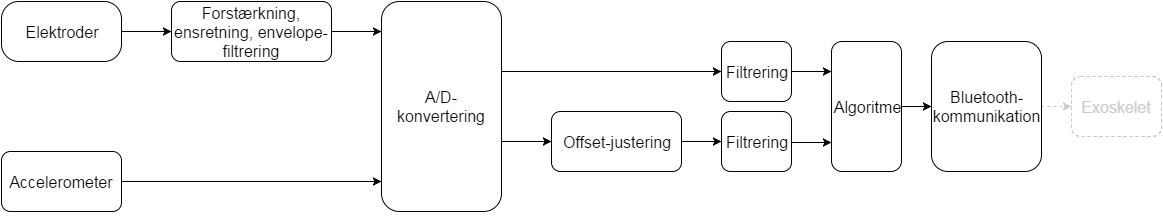
This is figures/blokdiagram.png from mariakroustrup/ST4, a draw.io export, as it was before one commit. Source tidied: cells renumbered, new cells last; positions are measured from the earlier drawing's top-left corner, leaving out a move shared by most shapes.
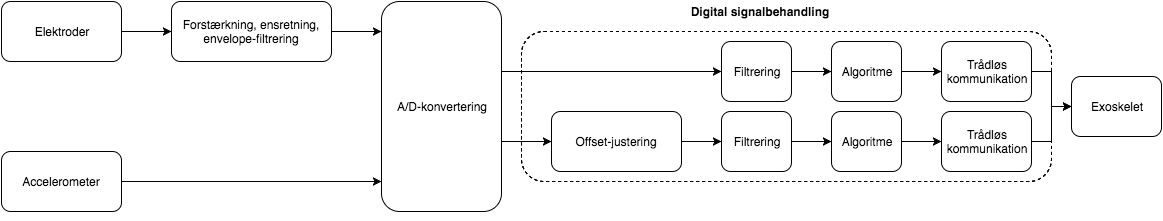
The same diagram one commit later.

What changed in the source:
```diff
@@ -2,89 +2,102 @@
   <root>
     <mxCell id="0" />
     <mxCell id="1" parent="0" />
-    <mxCell id="2" style="edgeStyle=orthogonalEdgeStyle;rounded=0;html=1;exitX=1;exitY=0.5;jettySize=auto;strokeColor=#000000;" parent="1" edge="1" source="3" target="15">
-      <mxGeometry relative="1" as="geometry" />
-    </mxCell>
+    <mxCell id="24" style="rounded=1;whiteSpace=wrap;html=1;dashed=1;" parent="1" vertex="1">
+      <mxGeometry x="520" y="30" width="530" height="150" as="geometry" />
+    </mxCell>
-    <mxCell id="3" value="&lt;font style=&quot;font-size: 16px&quot;&gt;Offset-justering&lt;/font&gt;" style="rounded=1;whiteSpace=wrap;html=1;" parent="1" vertex="1">
+    <mxCell id="3" value="Offset-justering" style="rounded=1;whiteSpace=wrap;html=1;" parent="1" vertex="1">
       <mxGeometry x="550" y="110" width="130" height="60" as="geometry" />
     </mxCell>
-    <mxCell id="4" style="edgeStyle=orthogonalEdgeStyle;rounded=0;html=1;exitX=1;exitY=0.5;jettySize=auto;strokeColor=#000000;" parent="1" edge="1" source="6" target="20">
-      <mxGeometry relative="1" as="geometry">
-        <Array as="points">
-          <mxPoint x="500" y="70" />
-        </Array>
-      </mxGeometry>
-    </mxCell>
-    <mxCell id="5" style="edgeStyle=orthogonalEdgeStyle;rounded=0;html=1;exitX=1;exitY=0.5;entryX=0;entryY=0.5;jettySize=auto;strokeColor=#000000;" parent="1" edge="1" source="6" target="3">
-      <mxGeometry relative="1" as="geometry">
-        <Array as="points">
-          <mxPoint x="500" y="140" />
-        </Array>
-      </mxGeometry>
-    </mxCell>
-    <mxCell id="6" value="&lt;font style=&quot;font-size: 16px&quot;&gt;A/D-konvertering&lt;/font&gt;" style="rounded=1;whiteSpace=wrap;html=1;shadow=0;" parent="1" vertex="1">
+    <mxCell id="6" value="A/D-konvertering" style="rounded=1;whiteSpace=wrap;html=1;shadow=0;" parent="1" vertex="1">
       <mxGeometry x="380" width="120" height="210" as="geometry" />
     </mxCell>
-    <mxCell id="7" value="&lt;font style=&quot;font-size: 16px&quot;&gt;Elektroder&lt;/font&gt;" style="rounded=1;whiteSpace=wrap;html=1;arcSize=29;strokeColor=#000000;" parent="1" vertex="1">
+    <mxCell id="7" value="Elektroder" style="rounded=1;whiteSpace=wrap;html=1;" parent="1" vertex="1">
       <mxGeometry width="120" height="60" as="geometry" />
     </mxCell>
-    <mxCell id="8" value="&lt;font style=&quot;font-size: 16px&quot;&gt;Accelerometer&lt;/font&gt;" style="rounded=1;whiteSpace=wrap;html=1;strokeColor=#000000;" parent="1" vertex="1">
+    <mxCell id="8" value="Accelerometer" style="rounded=1;whiteSpace=wrap;html=1;" parent="1" vertex="1">
       <mxGeometry y="150" width="120" height="60" as="geometry" />
     </mxCell>
-    <mxCell id="9" value="&lt;div&gt;&lt;font style=&quot;font-size: 16px&quot;&gt;Forstærkning, ensretning, envelope-filtrering&lt;/font&gt;&lt;/div&gt;" style="rounded=1;whiteSpace=wrap;html=1;strokeColor=#000000;" parent="1" vertex="1">
+    <mxCell id="9" value="&lt;div&gt;Forstærkning, ensretning, envelope-filtrering&lt;/div&gt;" style="rounded=1;whiteSpace=wrap;html=1;" parent="1" vertex="1">
       <mxGeometry x="170" width="160" height="60" as="geometry" />
     </mxCell>
-    <mxCell id="10" style="endArrow=classic;html=1;entryX=0;entryY=0.5;exitX=1;exitY=0.5;strokeColor=#000000;" parent="1" edge="1" source="7" target="9">
+    <mxCell id="10" style="endArrow=classic;html=1;entryX=0;entryY=0.5;exitX=1;exitY=0.5;" parent="1" edge="1" source="7" target="9">
       <mxGeometry relative="1" as="geometry" />
     </mxCell>
-    <mxCell id="11" style="edgeStyle=orthogonalEdgeStyle;rounded=0;html=1;exitX=1;exitY=0.5;jettySize=auto;strokeColor=#000000;" parent="1" edge="1" source="9">
+    <mxCell id="11" style="edgeStyle=orthogonalEdgeStyle;rounded=0;html=1;exitX=1;exitY=0.5;jettySize=auto;" parent="1" edge="1" source="9">
       <mxGeometry relative="1" as="geometry">
         <mxPoint x="380" y="30" as="targetPoint" />
       </mxGeometry>
     </mxCell>
-    <mxCell id="12" style="edgeStyle=orthogonalEdgeStyle;rounded=0;html=1;exitX=1;exitY=0.5;entryX=0;entryY=0.857;entryPerimeter=0;jettySize=auto;strokeColor=#000000;" parent="1" edge="1" source="8" target="6">
+    <mxCell id="12" style="edgeStyle=orthogonalEdgeStyle;rounded=0;html=1;exitX=1;exitY=0.5;entryX=0;entryY=0.857;entryPerimeter=0;jettySize=auto;" parent="1" edge="1" source="8" target="6">
       <mxGeometry relative="1" as="geometry" />
     </mxCell>
     <mxCell id="13" style="edgeStyle=orthogonalEdgeStyle;rounded=0;html=1;exitX=0;exitY=0.5;entryX=0;entryY=0.5;jettySize=auto;orthogonalLoop=1;" parent="1" edge="1" source="3" target="3">
       <mxGeometry relative="1" as="geometry" />
     </mxCell>
+    <mxCell id="25" value="&lt;b&gt;Digital signalbehandling&lt;/b&gt;" style="text;html=1;strokeColor=none;fillColor=none;align=center;verticalAlign=middle;whiteSpace=wrap;overflow=hidden;dashed=1;" parent="1" vertex="1">
+      <mxGeometry x="670" width="175" height="20" as="geometry" />
+    </mxCell>
     <mxCell id="14" style="edgeStyle=orthogonalEdgeStyle;rounded=0;html=1;exitX=0.5;exitY=1;startSize=6;jettySize=auto;orthogonalLoop=1;" parent="1" edge="1">
       <mxGeometry relative="1" as="geometry">
         <mxPoint x="755" y="210" as="sourcePoint" />
         <mxPoint x="755" y="210" as="targetPoint" />
       </mxGeometry>
     </mxCell>
-    <mxCell id="15" value="&lt;span&gt;&lt;font style=&quot;font-size: 16px&quot;&gt;Filtrering&lt;/font&gt;&lt;/span&gt;" style="rounded=1;whiteSpace=wrap;html=1;" parent="1" vertex="1">
+    <mxCell id="15" value="&lt;span&gt;Filtrering&lt;/span&gt;" style="rounded=1;whiteSpace=wrap;html=1;" parent="1" vertex="1">
       <mxGeometry x="720" y="110" width="70" height="60" as="geometry" />
     </mxCell>
-    <mxCell id="16" style="edgeStyle=orthogonalEdgeStyle;rounded=0;html=1;exitX=1;exitY=0.5;entryX=0;entryY=0.5;startSize=6;jettySize=auto;strokeColor=#000000;fontColor=#CCCCCC;" parent="1" edge="1" source="17" target="22">
-      <mxGeometry relative="1" as="geometry" />
-    </mxCell>
-    <mxCell id="17" value="&lt;span&gt;&lt;font style=&quot;font-size: 16px&quot;&gt;Algoritme&lt;/font&gt;&lt;/span&gt;" style="rounded=1;whiteSpace=wrap;html=1;" parent="1" vertex="1">
-      <mxGeometry x="830" y="40" width="70" height="130" as="geometry" />
+    <mxCell id="17" value="&lt;span&gt;Algoritme&lt;/span&gt;" style="rounded=1;whiteSpace=wrap;html=1;" parent="1" vertex="1">
+      <mxGeometry x="830" y="110" width="70" height="60" as="geometry" />
     </mxCell>
+    <mxCell id="26" value="&lt;span&gt;Trådløs&lt;/span&gt;&lt;br&gt;&lt;span&gt;kommunikation&lt;/span&gt;" style="rounded=1;whiteSpace=wrap;html=1;" parent="1" vertex="1">
+      <mxGeometry x="940" y="110" width="90" height="60" as="geometry" />
+    </mxCell>
-    <mxCell id="18" value="&lt;font color=&quot;#cccccc&quot; style=&quot;font-size: 16px&quot;&gt;Exoskelet&lt;/font&gt;" style="rounded=1;whiteSpace=wrap;html=1;strokeColor=#CCCCCC;dashed=1;" parent="1" vertex="1">
+    <mxCell id="18" value="Exoskelet" style="rounded=1;whiteSpace=wrap;html=1;" parent="1" vertex="1">
       <mxGeometry x="1070" y="75" width="90" height="60" as="geometry" />
     </mxCell>
+    <mxCell id="2" style="edgeStyle=orthogonalEdgeStyle;rounded=0;html=1;exitX=1;exitY=0.5;jettySize=auto;strokeColor=#000000;" parent="1" edge="1" source="3" target="15">
+      <mxGeometry relative="1" as="geometry" />
+    </mxCell>
+    <mxCell id="27" style="edgeStyle=orthogonalEdgeStyle;rounded=0;html=1;exitX=1;exitY=0.5;jettySize=auto;strokeColor=#000000;" parent="1" edge="1" source="15" target="17">
+      <mxGeometry relative="1" as="geometry" />
+    </mxCell>
+    <mxCell id="28" style="edgeStyle=orthogonalEdgeStyle;rounded=0;html=1;exitX=1;exitY=0.5;entryX=0;entryY=0.5;jettySize=auto;strokeColor=#000000;" parent="1" edge="1" source="17" target="26">
+      <mxGeometry relative="1" as="geometry" />
+    </mxCell>
+    <mxCell id="20" value="&lt;span&gt;Filtrering&lt;/span&gt;" style="rounded=1;whiteSpace=wrap;html=1;" parent="1" vertex="1">
+      <mxGeometry x="720" y="40" width="70" height="60" as="geometry" />
+    </mxCell>
+    <mxCell id="29" value="&lt;span&gt;Algoritme&lt;/span&gt;" style="rounded=1;whiteSpace=wrap;html=1;" parent="1" vertex="1">
+      <mxGeometry x="830" y="40" width="70" height="60" as="geometry" />
+    </mxCell>
+    <mxCell id="22" value="&lt;span&gt;Trådløs&lt;/span&gt;&lt;br&gt;&lt;span&gt;kommunikation&lt;/span&gt;" style="rounded=1;whiteSpace=wrap;html=1;" parent="1" vertex="1">
+      <mxGeometry x="940" y="40" width="90" height="60" as="geometry" />
+    </mxCell>
+    <mxCell id="21" style="edgeStyle=orthogonalEdgeStyle;rounded=0;html=1;exitX=1;exitY=0.5;entryX=0;entryY=0.5;jettySize=auto;strokeColor=#000000;" parent="1" edge="1" source="22" target="18">
+      <mxGeometry relative="1" as="geometry" />
+    </mxCell>
+    <mxCell id="30" style="edgeStyle=orthogonalEdgeStyle;rounded=0;html=1;exitX=1;exitY=0.5;entryX=0;entryY=0.5;jettySize=auto;strokeColor=#000000;" parent="1" edge="1" source="26" target="18">
+      <mxGeometry relative="1" as="geometry" />
+    </mxCell>
+    <mxCell id="4" style="edgeStyle=orthogonalEdgeStyle;rounded=0;html=1;exitX=1;exitY=0.5;jettySize=auto;strokeColor=#000000;" parent="1" edge="1" source="6" target="20">
+      <mxGeometry relative="1" as="geometry">
+        <Array as="points">
+          <mxPoint x="500" y="70" />
+        </Array>
+      </mxGeometry>
+    </mxCell>
-    <mxCell id="19" style="edgeStyle=orthogonalEdgeStyle;rounded=0;html=1;exitX=1;exitY=0.5;entryX=0;entryY=0.5;jettySize=auto;strokeColor=#000000;" parent="1" edge="1" source="20">
-      <mxGeometry relative="1" as="geometry">
-        <mxPoint x="830" y="70" as="targetPoint" />
-      </mxGeometry>
+    <mxCell id="19" style="edgeStyle=orthogonalEdgeStyle;rounded=0;html=1;exitX=1;exitY=0.5;entryX=0;entryY=0.5;jettySize=auto;strokeColor=#000000;" parent="1" edge="1" source="20" target="29">
+      <mxGeometry relative="1" as="geometry" />
     </mxCell>
-    <mxCell id="20" value="&lt;span&gt;&lt;font style=&quot;font-size: 16px&quot;&gt;Filtrering&lt;/font&gt;&lt;/span&gt;" style="rounded=1;whiteSpace=wrap;html=1;" parent="1" vertex="1">
-      <mxGeometry x="720" y="40" width="70" height="60" as="geometry" />
-    </mxCell>
-    <mxCell id="21" style="edgeStyle=orthogonalEdgeStyle;rounded=0;html=1;exitX=1;exitY=0.5;entryX=0;entryY=0.5;startSize=6;jettySize=auto;strokeColor=#CCC;fontColor=#CCCCCC;dashed=1;" parent="1" edge="1" source="22" target="18">
-      <mxGeometry relative="1" as="geometry" />
-    </mxCell>
-    <mxCell id="22" value="&lt;font style=&quot;font-size: 16px&quot;&gt;Bluetooth-kommunikation&lt;/font&gt;" style="rounded=1;whiteSpace=wrap;html=1;" parent="1" vertex="1">
-      <mxGeometry x="930" y="40" width="110" height="130" as="geometry" />
-    </mxCell>
-    <mxCell id="23" style="edgeStyle=orthogonalEdgeStyle;rounded=0;html=1;exitX=1;exitY=0.5;entryX=0;entryY=0.5;jettySize=auto;orthogonalLoop=1;strokeColor=#000000;" parent="1" edge="1">
-      <mxGeometry x="810" y="191" as="geometry">
-        <mxPoint x="790" y="141" as="sourcePoint" />
-        <mxPoint x="830" y="141" as="targetPoint" />
-      </mxGeometry>
-    </mxCell>
+    <mxCell id="31" style="edgeStyle=orthogonalEdgeStyle;rounded=0;html=1;exitX=1;exitY=0.5;entryX=0;entryY=0.5;jettySize=auto;strokeColor=#000000;" parent="1" edge="1" source="29" target="22">
+      <mxGeometry relative="1" as="geometry" />
+    </mxCell>
+    <mxCell id="5" style="edgeStyle=orthogonalEdgeStyle;rounded=0;html=1;exitX=1;exitY=0.5;entryX=0;entryY=0.5;jettySize=auto;strokeColor=#000000;" parent="1" edge="1" source="6" target="3">
+      <mxGeometry relative="1" as="geometry">
+        <Array as="points">
+          <mxPoint x="500" y="140" />
+        </Array>
+      </mxGeometry>
+    </mxCell>
   </root>
 </mxGraphModel>
```
